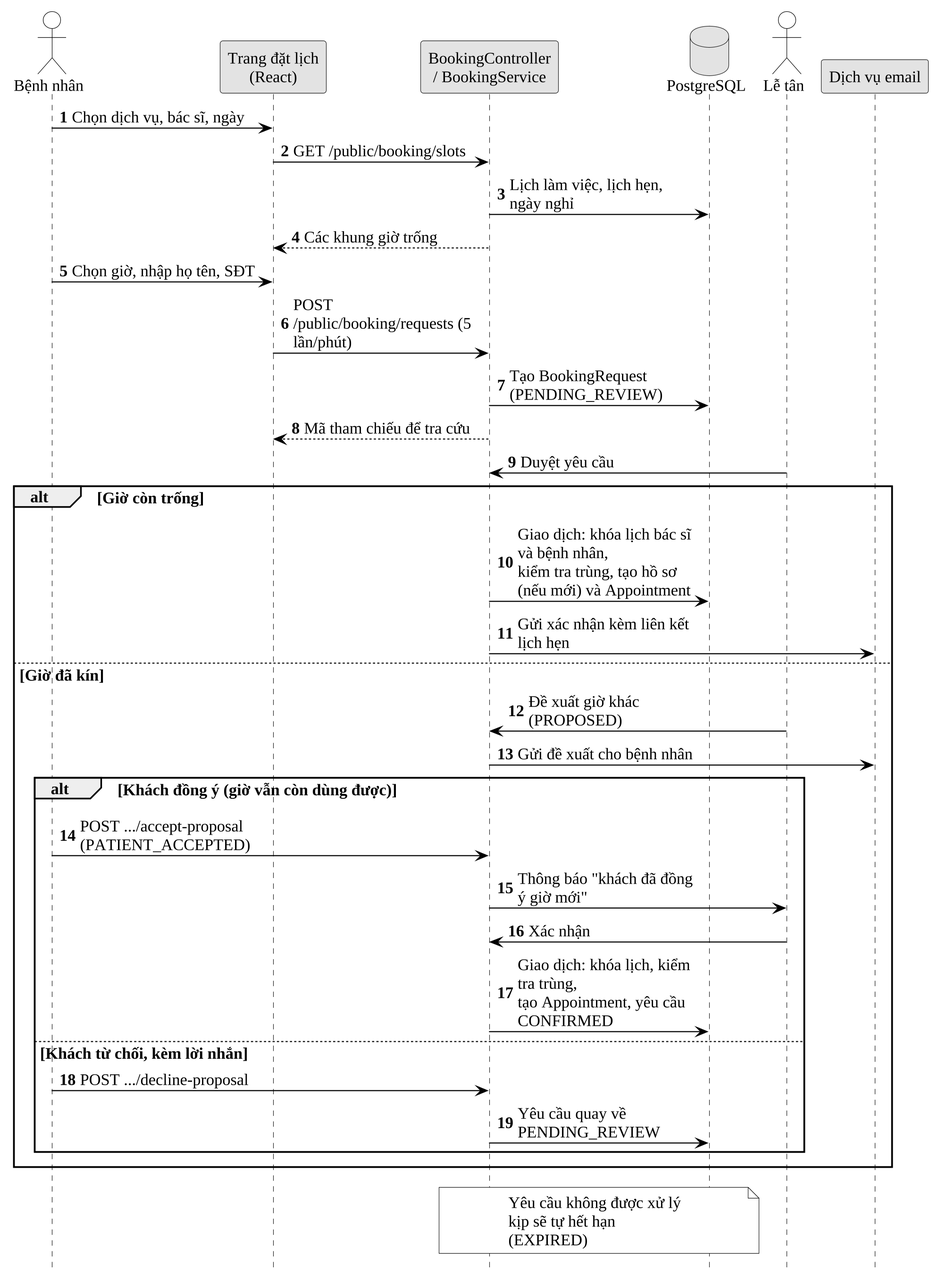
This is docs/10_Thesis/bao-cao/hinh/3-9-tuan-tu-dat-lich-online.png from Trantuan0310/dental-clinic-nestjs-react, a PlantUML export, as it was before one commit.
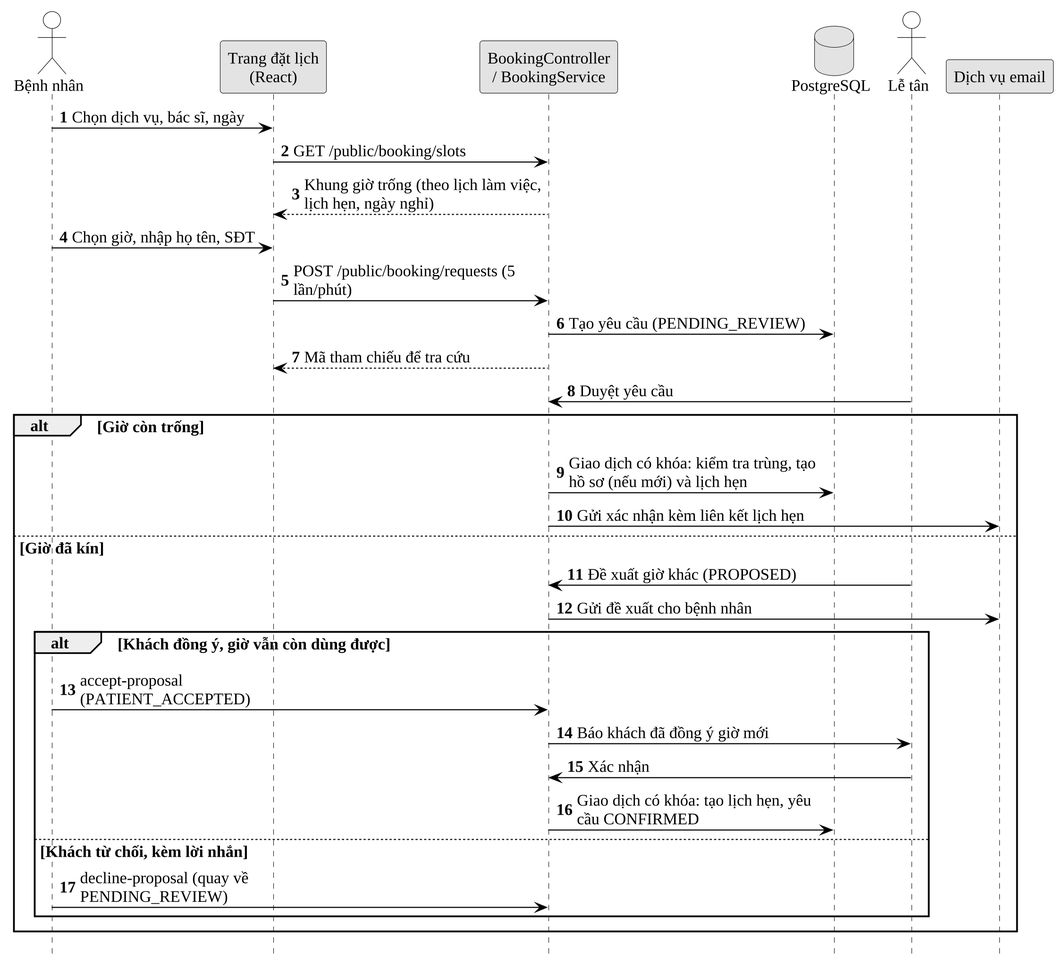
The same diagram one commit later.

Diff of the diagram source:
```diff
@@ -1,5 +1,6 @@
 @startuml
 !include _kieu.iuml
+skinparam wrapWidth 240
 hide footbox
 autonumber
 actor "Bệnh nhân" as BN
@@ -10,28 +11,25 @@
 participant "Dịch vụ email" as MAIL
 BN -> FE : Chọn dịch vụ, bác sĩ, ngày
 FE -> API : GET /public/booking/slots
-API -> DB : Lịch làm việc, lịch hẹn, ngày nghỉ
-API --> FE : Các khung giờ trống
+API --> FE : Khung giờ trống (theo lịch làm việc, lịch hẹn, ngày nghỉ)
 BN -> FE : Chọn giờ, nhập họ tên, SĐT
 FE -> API : POST /public/booking/requests (5 lần/phút)
-API -> DB : Tạo BookingRequest (PENDING_REVIEW)
+API -> DB : Tạo yêu cầu (PENDING_REVIEW)
 API --> FE : Mã tham chiếu để tra cứu
 LT -> API : Duyệt yêu cầu
 alt Giờ còn trống
-  API -> DB : Giao dịch: khóa lịch bác sĩ và bệnh nhân,\nkiểm tra trùng, tạo hồ sơ (nếu mới) và Appointment
+  API -> DB : Giao dịch có khóa: kiểm tra trùng, tạo hồ sơ (nếu mới) và lịch hẹn
   API -> MAIL : Gửi xác nhận kèm liên kết lịch hẹn
 else Giờ đã kín
   LT -> API : Đề xuất giờ khác (PROPOSED)
   API -> MAIL : Gửi đề xuất cho bệnh nhân
-  alt Khách đồng ý (giờ vẫn còn dùng được)
-    BN -> API : POST .../accept-proposal (PATIENT_ACCEPTED)
-    API -> LT : Thông báo "khách đã đồng ý giờ mới"
+  alt Khách đồng ý, giờ vẫn còn dùng được
+    BN -> API : accept-proposal (PATIENT_ACCEPTED)
+    API -> LT : Báo khách đã đồng ý giờ mới
     LT -> API : Xác nhận
-    API -> DB : Giao dịch: khóa lịch, kiểm tra trùng,\ntạo Appointment, yêu cầu CONFIRMED
+    API -> DB : Giao dịch có khóa: tạo lịch hẹn, yêu cầu CONFIRMED
   else Khách từ chối, kèm lời nhắn
-    BN -> API : POST .../decline-proposal
-    API -> DB : Yêu cầu quay về PENDING_REVIEW
+    BN -> API : decline-proposal (quay về PENDING_REVIEW)
   end
 end
-note over API, DB : Yêu cầu không được xử lý kịp sẽ tự hết hạn (EXPIRED)
 @enduml
```
